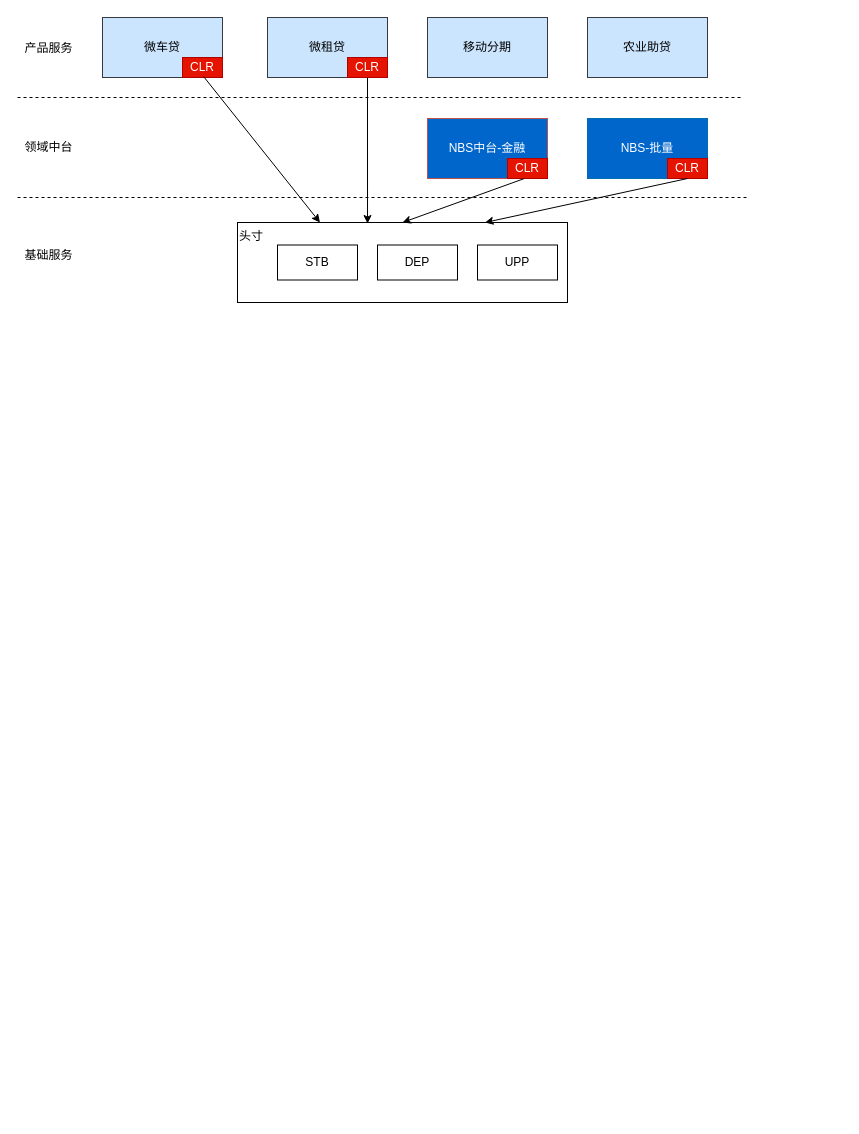
staconfree/design keeps this draw.io diagram as 新清算引擎整体定位图.drawio. Above is the earlier version. Source tidied: cells renumbered, new cells numbered last; positions are measured from the earlier drawing's top-left corner, leaving out a move shared by most shapes. Both pictures are drawn from the tidied source at 100%, with x=0, y=0 at pixel (17, 17).
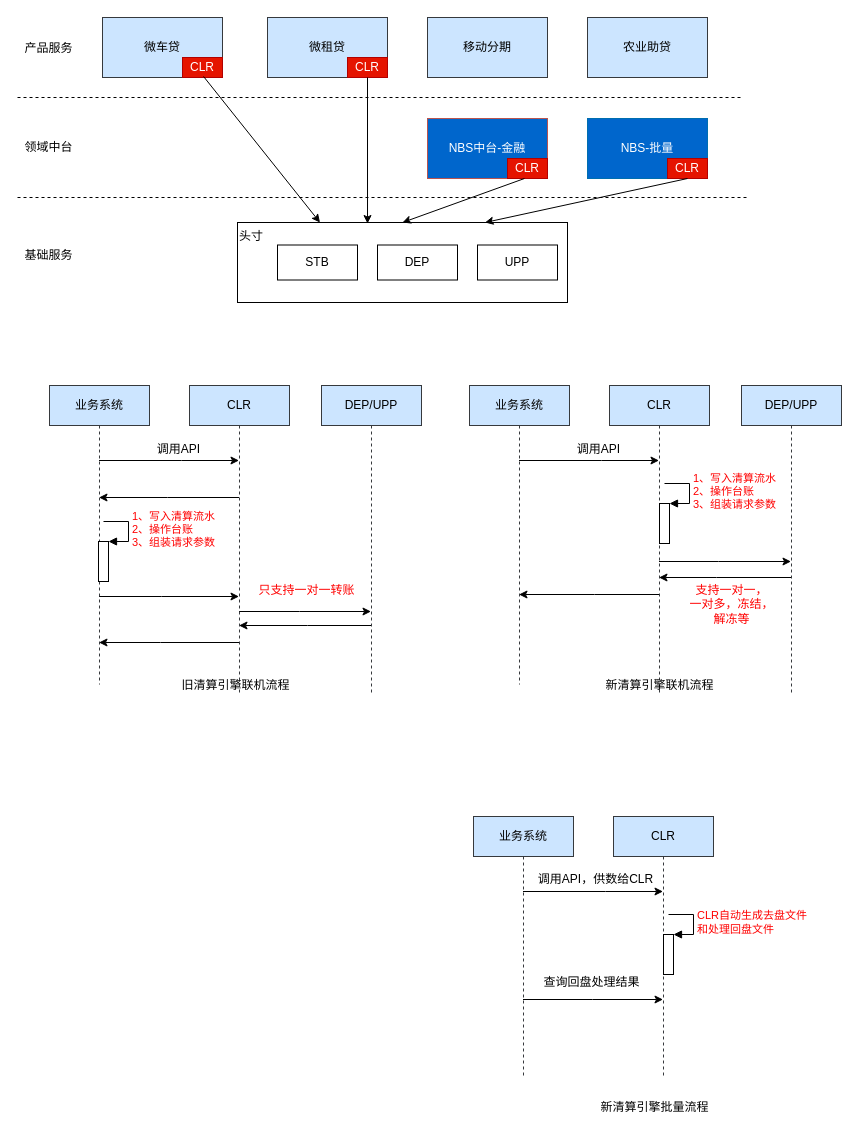
The same page after the edit.

Commit message:
更新新清算引擎整体定位图.drawio

Diff of the diagram source:
```diff
@@
+    <mxCell id="25" style="edgeStyle=orthogonalEdgeStyle;rounded=0;jettySize=auto;html=1;fontColor=#000000;" parent="1" edge="1" source="27" target="32">
+      <mxGeometry relative="1" as="geometry">
+        <Array as="points">
+          <mxPoint x="164" y="443" />
+          <mxPoint x="164" y="443" />
+        </Array>
+      </mxGeometry>
+    </mxCell>
+    <mxCell id="26" style="edgeStyle=orthogonalEdgeStyle;rounded=0;jettySize=auto;html=1;fontColor=#000000;" parent="1" edge="1" source="27" target="32">
+      <mxGeometry relative="1" as="geometry">
+        <Array as="points">
+          <mxPoint x="144" y="579" />
+          <mxPoint x="144" y="579" />
+        </Array>
+      </mxGeometry>
+    </mxCell>
+    <mxCell id="27" value="业务系统" style="shape=umlLifeline;perimeter=lifelinePerimeter;whiteSpace=wrap;html=1;outlineConnect=0;align=center;fillColor=#cce5ff;strokeColor=#36393d;" parent="1" vertex="1">
+      <mxGeometry x="32" y="368" width="100" height="299" as="geometry" />
+    </mxCell>
+    <mxCell id="28" style="html=1;points=[];perimeter=orthogonalPerimeter;align=center;" parent="27" vertex="1">
+      <mxGeometry x="49" y="156" width="10" height="40" as="geometry" />
+    </mxCell>
+    <mxCell id="29" value="1、写入清算流水&lt;br&gt;2、操作台账&lt;br&gt;3、组装请求参数" style="edgeStyle=orthogonalEdgeStyle;html=1;align=left;spacingLeft=2;endArrow=block;rounded=0;entryX=1;entryY=0;fontColor=#FF0000;" parent="27" edge="1" target="28">
+      <mxGeometry relative="1" as="geometry">
+        <mxPoint x="54" y="136" as="sourcePoint" />
+        <Array as="points">
+          <mxPoint x="79" y="136" />
+        </Array>
+      </mxGeometry>
+    </mxCell>
+    <mxCell id="30" style="edgeStyle=orthogonalEdgeStyle;rounded=0;jettySize=auto;html=1;fontColor=#000000;" parent="1" edge="1" source="32" target="27">
+      <mxGeometry relative="1" as="geometry">
+        <Array as="points">
+          <mxPoint x="150" y="480" />
+          <mxPoint x="150" y="480" />
+        </Array>
+      </mxGeometry>
+    </mxCell>
+    <mxCell id="31" style="edgeStyle=orthogonalEdgeStyle;rounded=0;jettySize=auto;html=1;fontColor=#000000;" parent="1" edge="1" source="32" target="35">
+      <mxGeometry relative="1" as="geometry">
+        <Array as="points">
+          <mxPoint x="282" y="594" />
+          <mxPoint x="282" y="594" />
+        </Array>
+      </mxGeometry>
+    </mxCell>
+    <mxCell id="32" value="CLR" style="shape=umlLifeline;perimeter=lifelinePerimeter;whiteSpace=wrap;html=1;outlineConnect=0;align=center;fillColor=#cce5ff;strokeColor=#36393d;" parent="1" vertex="1">
+      <mxGeometry x="172" y="368" width="100" height="309" as="geometry" />
+    </mxCell>
+    <mxCell id="33" style="edgeStyle=orthogonalEdgeStyle;rounded=0;jettySize=auto;html=1;fontColor=#000000;" parent="1" edge="1" source="32" target="27">
+      <mxGeometry relative="1" as="geometry">
+        <Array as="points">
+          <mxPoint x="143" y="625" />
+          <mxPoint x="143" y="625" />
+        </Array>
+      </mxGeometry>
+    </mxCell>
+    <mxCell id="34" style="edgeStyle=orthogonalEdgeStyle;rounded=0;jettySize=auto;html=1;fontColor=#000000;" parent="1" edge="1" source="35" target="32">
+      <mxGeometry relative="1" as="geometry">
+        <Array as="points">
+          <mxPoint x="290" y="608" />
+          <mxPoint x="290" y="608" />
+        </Array>
+      </mxGeometry>
+    </mxCell>
+    <mxCell id="35" value="DEP/UPP" style="shape=umlLifeline;perimeter=lifelinePerimeter;whiteSpace=wrap;html=1;outlineConnect=0;align=center;fillColor=#cce5ff;strokeColor=#36393d;" parent="1" vertex="1">
+      <mxGeometry x="304" y="368" width="100" height="309" as="geometry" />
+    </mxCell>
+    <mxCell id="36" value="调用API" style="text;html=1;align=center;verticalAlign=middle;fontColor=#000000;" parent="1" vertex="1">
+      <mxGeometry x="135" y="423" width="52" height="18" as="geometry" />
+    </mxCell>
+    <mxCell id="37" style="edgeStyle=orthogonalEdgeStyle;rounded=0;jettySize=auto;html=1;fontColor=#000000;" parent="1" edge="1" source="38" target="40">
+      <mxGeometry relative="1" as="geometry">
+        <Array as="points">
+          <mxPoint x="584" y="443" />
+          <mxPoint x="584" y="443" />
+        </Array>
+      </mxGeometry>
+    </mxCell>
+    <mxCell id="38" value="业务系统" style="shape=umlLifeline;perimeter=lifelinePerimeter;whiteSpace=wrap;html=1;outlineConnect=0;align=center;fillColor=#cce5ff;strokeColor=#36393d;" parent="1" vertex="1">
+      <mxGeometry x="452" y="368" width="100" height="299" as="geometry" />
+    </mxCell>
+    <mxCell id="39" style="edgeStyle=orthogonalEdgeStyle;rounded=0;orthogonalLoop=1;jettySize=auto;html=1;fontColor=#000000;" parent="1" edge="1">
+      <mxGeometry relative="1" as="geometry">
+        <mxPoint x="641.5" y="544" as="sourcePoint" />
+        <mxPoint x="773.5" y="544" as="targetPoint" />
+        <Array as="points">
+          <mxPoint x="701" y="544" />
+          <mxPoint x="701" y="544" />
+        </Array>
+      </mxGeometry>
+    </mxCell>
+    <mxCell id="40" value="CLR" style="shape=umlLifeline;perimeter=lifelinePerimeter;whiteSpace=wrap;html=1;outlineConnect=0;align=center;fillColor=#cce5ff;strokeColor=#36393d;" parent="1" vertex="1">
+      <mxGeometry x="592" y="368" width="100" height="309" as="geometry" />
+    </mxCell>
+    <mxCell id="41" style="html=1;points=[];perimeter=orthogonalPerimeter;align=center;" parent="40" vertex="1">
+      <mxGeometry x="50" y="118" width="10" height="40" as="geometry" />
+    </mxCell>
+    <mxCell id="42" value="1、写入清算流水&lt;br&gt;2、操作台账&lt;br&gt;3、组装请求参数" style="edgeStyle=orthogonalEdgeStyle;html=1;align=left;spacingLeft=2;endArrow=block;rounded=0;entryX=1;entryY=0;fontColor=#FF0000;" parent="40" edge="1" target="41">
+      <mxGeometry relative="1" as="geometry">
+        <mxPoint x="55" y="98" as="sourcePoint" />
+        <Array as="points">
+          <mxPoint x="80" y="98" />
+        </Array>
+      </mxGeometry>
+    </mxCell>
+    <mxCell id="43" style="edgeStyle=orthogonalEdgeStyle;rounded=0;orthogonalLoop=1;jettySize=auto;html=1;fontColor=#000000;" parent="1" edge="1">
+      <mxGeometry relative="1" as="geometry">
+        <mxPoint x="641.5" y="577" as="sourcePoint" />
+        <mxPoint x="501.5" y="577" as="targetPoint" />
+        <Array as="points">
+          <mxPoint x="577" y="577" />
+          <mxPoint x="577" y="577" />
+        </Array>
+      </mxGeometry>
+    </mxCell>
+    <mxCell id="44" style="edgeStyle=orthogonalEdgeStyle;rounded=0;orthogonalLoop=1;jettySize=auto;html=1;fontColor=#000000;" parent="1" edge="1">
+      <mxGeometry relative="1" as="geometry">
+        <mxPoint x="773.5" y="560" as="sourcePoint" />
+        <mxPoint x="641.5" y="560" as="targetPoint" />
+        <Array as="points">
+          <mxPoint x="699" y="560" />
+          <mxPoint x="699" y="560" />
+        </Array>
+      </mxGeometry>
+    </mxCell>
+    <mxCell id="45" value="DEP/UPP" style="shape=umlLifeline;perimeter=lifelinePerimeter;whiteSpace=wrap;html=1;align=center;fillColor=#cce5ff;strokeColor=#36393d;" parent="1" vertex="1">
+      <mxGeometry x="724" y="368" width="100" height="309" as="geometry" />
+    </mxCell>
+    <mxCell id="46" value="调用API" style="text;html=1;align=center;verticalAlign=middle;fontColor=#000000;" parent="1" vertex="1">
+      <mxGeometry x="555" y="423" width="52" height="18" as="geometry" />
+    </mxCell>
+    <mxCell id="47" value="旧清算引擎联机流程" style="text;html=1;align=center;verticalAlign=middle;fontColor=#000000;" parent="1" vertex="1">
+      <mxGeometry x="159" y="659" width="118" height="18" as="geometry" />
+    </mxCell>
+    <mxCell id="48" value="只支持一对一转账" style="text;html=1;align=center;verticalAlign=middle;fontColor=#FF0000;" parent="1" vertex="1">
+      <mxGeometry x="236" y="564" width="106" height="18" as="geometry" />
+    </mxCell>
+    <mxCell id="49" value="新清算引擎联机流程" style="text;html=1;align=center;verticalAlign=middle;fontColor=#000000;" parent="1" vertex="1">
+      <mxGeometry x="583" y="659" width="118" height="18" as="geometry" />
+    </mxCell>
+    <mxCell id="50" value="&lt;div&gt;支持一对一，&lt;/div&gt;&lt;div&gt;一对多，冻结，&lt;/div&gt;&lt;div&gt;解冻等&lt;br&gt;&lt;/div&gt;" style="text;html=1;align=center;verticalAlign=middle;fontColor=#FF0000;" parent="1" vertex="1">
+      <mxGeometry x="667" y="564" width="94" height="46" as="geometry" />
+    </mxCell>
+    <mxCell id="51" style="edgeStyle=orthogonalEdgeStyle;rounded=0;jettySize=auto;html=1;fontColor=#000000;" parent="1" edge="1" source="53" target="54">
+      <mxGeometry relative="1" as="geometry">
+        <Array as="points">
+          <mxPoint x="588" y="874" />
+          <mxPoint x="588" y="874" />
+        </Array>
+      </mxGeometry>
+    </mxCell>
+    <mxCell id="52" style="edgeStyle=orthogonalEdgeStyle;rounded=0;jettySize=auto;html=1;fontColor=#FF0000;" parent="1" edge="1" source="53" target="54">
+      <mxGeometry relative="1" as="geometry">
+        <Array as="points">
+          <mxPoint x="575" y="982" />
+          <mxPoint x="575" y="982" />
+        </Array>
+      </mxGeometry>
+    </mxCell>
+    <mxCell id="53" value="业务系统" style="shape=umlLifeline;perimeter=lifelinePerimeter;whiteSpace=wrap;html=1;outlineConnect=0;align=center;fillColor=#cce5ff;strokeColor=#36393d;" parent="1" vertex="1">
+      <mxGeometry x="456" y="799" width="100" height="261" as="geometry" />
+    </mxCell>
+    <mxCell id="54" value="CLR" style="shape=umlLifeline;perimeter=lifelinePerimeter;whiteSpace=wrap;html=1;outlineConnect=0;align=center;fillColor=#cce5ff;strokeColor=#36393d;" parent="1" vertex="1">
+      <mxGeometry x="596" y="799" width="100" height="262" as="geometry" />
+    </mxCell>
+    <mxCell id="55" style="html=1;points=[];perimeter=orthogonalPerimeter;align=center;" parent="54" vertex="1">
+      <mxGeometry x="50" y="118" width="10" height="40" as="geometry" />
+    </mxCell>
+    <mxCell id="56" value="CLR自动生成去盘文件&lt;br&gt;和处理回盘文件" style="edgeStyle=orthogonalEdgeStyle;html=1;align=left;spacingLeft=2;endArrow=block;rounded=0;entryX=1;entryY=0;fontColor=#FF0000;" parent="54" edge="1" target="55">
+      <mxGeometry relative="1" as="geometry">
+        <mxPoint x="55" y="98" as="sourcePoint" />
+        <Array as="points">
+          <mxPoint x="80" y="98" />
+        </Array>
+      </mxGeometry>
+    </mxCell>
+    <mxCell id="57" value="调用API，供数给CLR" style="text;html=1;align=center;verticalAlign=middle;fontColor=#000000;" parent="1" vertex="1">
+      <mxGeometry x="515" y="853" width="125" height="18" as="geometry" />
+    </mxCell>
+    <mxCell id="58" value="新清算引擎批量流程" style="text;html=1;align=center;verticalAlign=middle;fontColor=#000000;" parent="1" vertex="1">
+      <mxGeometry x="578" y="1081" width="118" height="18" as="geometry" />
+    </mxCell>
+    <mxCell id="59" value="查询回盘处理结果" style="text;html=1;align=center;verticalAlign=middle;fontColor=#000000;" parent="1" vertex="1">
+      <mxGeometry x="521" y="956" width="106" height="18" as="geometry" />
+    </mxCell>
```
